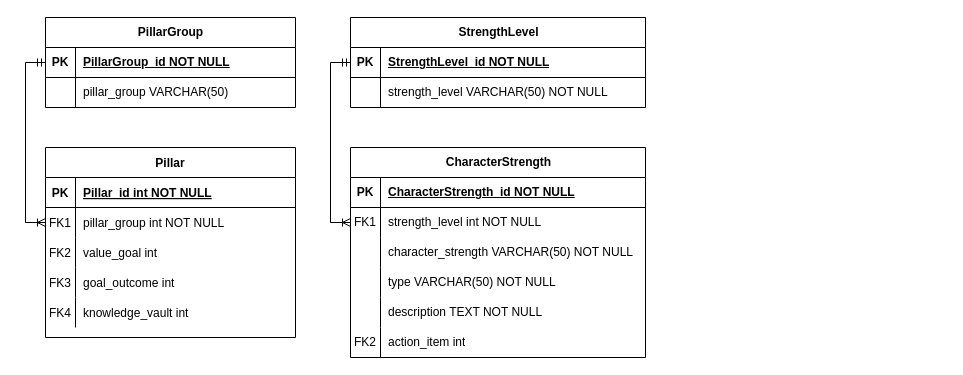
Before: Diagrama_ER.drawio in Jpneira2000/life_os, a draw.io diagram. Source tidied: cells renumbered, new cells numbered last; positions are measured from the earlier drawing's top-left corner, leaving out a move shared by most shapes. Both pictures are drawn from the tidied source at 100%, with x=0, y=0 at pixel (45, 17).
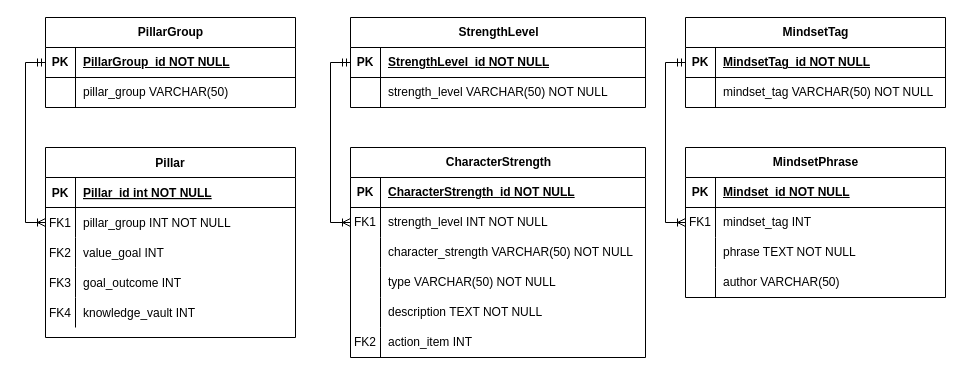
Above is the later version.

Commit message:
Mindset en diagrama ER

The change refers to these unchanged cells:
```xml
<mxCell id="6" style="shape=partialRectangle;fillColor=none;points=[[0,0.5],[1,0.5]];portConstraint=eastwest;top=0;left=0;right=0;bottom=0;" parent="2" vertex="1">
  <mxGeometry y="60" width="250" height="30" as="geometry" />
</mxCell>
<mxCell id="9" style="shape=partialRectangle;fillColor=none;top=0;left=0;right=0;bottom=0;" parent="2" vertex="1">
  <mxGeometry y="90" width="250" height="30" as="geometry" />
</mxCell>
<mxCell id="12" style="shape=partialRectangle;fillColor=none;top=0;left=0;right=0;bottom=0;" parent="2" vertex="1">
  <mxGeometry y="120" width="250" height="30" as="geometry" />
</mxCell>
<mxCell id="15" style="shape=partialRectangle;fillColor=none;top=0;left=0;right=0;bottom=0;" parent="2" vertex="1">
  <mxGeometry y="150" width="250" height="30" as="geometry" />
</mxCell>
<mxCell id="30" style="shape=tableRow;horizontal=0;startSize=0;swimlaneHead=0;swimlaneBody=0;fillColor=none;points=[[0,0.5],[1,0.5]];portConstraint=eastwest;top=0;left=0;right=0;bottom=0;" parent="26" vertex="1">
  <mxGeometry y="60" width="295" height="30" as="geometry" />
</mxCell>
<mxCell id="42" style="shape=tableRow;horizontal=0;startSize=0;swimlaneHead=0;swimlaneBody=0;fillColor=none;top=0;left=0;right=0;bottom=0;" parent="26" vertex="1">
  <mxGeometry y="180" width="295" height="30" as="geometry" />
</mxCell>
```

What changed in the source:
```diff
@@
-    <mxCell id="8" value="pillar_group int NOT NULL" style="shape=partialRectangle;overflow=hidden;fillColor=none;top=0;left=0;bottom=0;right=0;align=left;spacingLeft=6;" parent="6" vertex="1">
+    <mxCell id="8" value="pillar_group INT NOT NULL" style="shape=partialRectangle;overflow=hidden;fillColor=none;top=0;left=0;bottom=0;right=0;align=left;spacingLeft=6;" parent="6" vertex="1">
       <mxGeometry x="30" width="220" height="30" as="geometry" />
     </mxCell>
@@
-    <mxCell id="11" value="value_goal int" style="shape=partialRectangle;overflow=hidden;fillColor=none;top=0;left=0;bottom=0;right=0;align=left;spacingLeft=6;" parent="9" vertex="1">
+    <mxCell id="11" value="value_goal INT" style="shape=partialRectangle;overflow=hidden;fillColor=none;top=0;left=0;bottom=0;right=0;align=left;spacingLeft=6;" parent="9" vertex="1">
       <mxGeometry x="30" width="220" height="30" as="geometry" />
     </mxCell>
@@
-    <mxCell id="14" value="goal_outcome int" style="shape=partialRectangle;overflow=hidden;fillColor=none;top=0;left=0;bottom=0;right=0;align=left;spacingLeft=6;" parent="12" vertex="1">
+    <mxCell id="14" value="goal_outcome INT" style="shape=partialRectangle;overflow=hidden;fillColor=none;top=0;left=0;bottom=0;right=0;align=left;spacingLeft=6;" parent="12" vertex="1">
       <mxGeometry x="30" width="220" height="30" as="geometry" />
     </mxCell>
@@
-    <mxCell id="17" value="knowledge_vault int" style="shape=partialRectangle;overflow=hidden;fillColor=none;top=0;left=0;bottom=0;right=0;align=left;spacingLeft=6;" parent="15" vertex="1">
+    <mxCell id="17" value="knowledge_vault INT" style="shape=partialRectangle;overflow=hidden;fillColor=none;top=0;left=0;bottom=0;right=0;align=left;spacingLeft=6;" parent="15" vertex="1">
       <mxGeometry x="30" width="220" height="30" as="geometry" />
     </mxCell>
@@
-    <mxCell id="32" value="strength_level int NOT NULL" style="shape=partialRectangle;fillColor=none;top=0;left=0;bottom=0;right=0;align=left;spacingLeft=6;overflow=hidden;whiteSpace=wrap;html=1;" parent="30" vertex="1">
+    <mxCell id="32" value="strength_level INT NOT NULL" style="shape=partialRectangle;fillColor=none;top=0;left=0;bottom=0;right=0;align=left;spacingLeft=6;overflow=hidden;whiteSpace=wrap;html=1;" parent="30" vertex="1">
       <mxGeometry x="30" width="265" height="30" as="geometry" />
     </mxCell>
@@
-    <mxCell id="44" value="action_item int" style="shape=partialRectangle;fillColor=none;top=0;left=0;bottom=0;right=0;align=left;spacingLeft=6;overflow=hidden;whiteSpace=wrap;html=1;" parent="42" vertex="1">
+    <mxCell id="44" value="action_item INT" style="shape=partialRectangle;fillColor=none;top=0;left=0;bottom=0;right=0;align=left;spacingLeft=6;overflow=hidden;whiteSpace=wrap;html=1;" parent="42" vertex="1">
       <mxGeometry x="30" width="265" height="30" as="geometry" />
     </mxCell>
@@
+    <mxCell id="53" value="MindsetPhrase" style="shape=table;startSize=30;childLayout=tableLayout;rowLines=0;fontStyle=1;align=center;html=1;" parent="1" vertex="1">
+      <mxGeometry x="640" y="130" width="260" height="150" as="geometry" />
+    </mxCell>
+    <mxCell id="54" style="shape=tableRow;horizontal=0;startSize=0;swimlaneHead=0;swimlaneBody=0;fillColor=none;top=0;left=0;right=0;bottom=1;" parent="53" vertex="1">
+      <mxGeometry y="30" width="260" height="30" as="geometry" />
+    </mxCell>
+    <mxCell id="55" value="PK" style="shape=partialRectangle;fillColor=none;top=0;left=0;bottom=0;right=0;fontStyle=1;overflow=hidden;whiteSpace=wrap;html=1;" parent="54" vertex="1">
+      <mxGeometry width="30" height="30" as="geometry" />
+    </mxCell>
+    <mxCell id="56" value="Mindset_id NOT NULL" style="shape=partialRectangle;fillColor=none;top=0;left=0;bottom=0;right=0;align=left;spacingLeft=6;fontStyle=5;overflow=hidden;whiteSpace=wrap;html=1;" parent="54" vertex="1">
+      <mxGeometry x="30" width="230" height="30" as="geometry" />
+    </mxCell>
+    <mxCell id="57" style="shape=tableRow;horizontal=0;startSize=0;swimlaneHead=0;swimlaneBody=0;fillColor=none;points=[[0,0.5],[1,0.5]];portConstraint=eastwest;top=0;left=0;right=0;bottom=0;" parent="53" vertex="1">
+      <mxGeometry y="60" width="260" height="30" as="geometry" />
+    </mxCell>
+    <mxCell id="58" value="FK1" style="shape=partialRectangle;fillColor=none;top=0;left=0;bottom=0;right=0;overflow=hidden;whiteSpace=wrap;html=1;" parent="57" vertex="1">
+      <mxGeometry width="30" height="30" as="geometry" />
+    </mxCell>
+    <mxCell id="59" value="mindset_tag INT" style="shape=partialRectangle;fillColor=none;top=0;left=0;bottom=0;right=0;align=left;spacingLeft=6;overflow=hidden;whiteSpace=wrap;html=1;" parent="57" vertex="1">
+      <mxGeometry x="30" width="230" height="30" as="geometry" />
+    </mxCell>
+    <mxCell id="60" style="shape=tableRow;horizontal=0;startSize=0;swimlaneHead=0;swimlaneBody=0;fillColor=none;top=0;left=0;right=0;bottom=0;" parent="53" vertex="1">
+      <mxGeometry y="90" width="260" height="30" as="geometry" />
+    </mxCell>
+    <mxCell id="61" style="shape=partialRectangle;fillColor=none;top=0;left=0;bottom=0;right=0;overflow=hidden;whiteSpace=wrap;html=1;" parent="60" vertex="1">
+      <mxGeometry width="30" height="30" as="geometry" />
+    </mxCell>
+    <mxCell id="62" value="phrase TEXT NOT NULL" style="shape=partialRectangle;fillColor=none;top=0;left=0;bottom=0;right=0;align=left;spacingLeft=6;overflow=hidden;whiteSpace=wrap;html=1;" parent="60" vertex="1">
+      <mxGeometry x="30" width="230" height="30" as="geometry" />
+    </mxCell>
+    <mxCell id="63" style="shape=tableRow;horizontal=0;startSize=0;swimlaneHead=0;swimlaneBody=0;fillColor=none;top=0;left=0;right=0;bottom=0;" parent="53" vertex="1">
+      <mxGeometry y="120" width="260" height="30" as="geometry" />
+    </mxCell>
+    <mxCell id="64" style="shape=partialRectangle;fillColor=none;top=0;left=0;bottom=0;right=0;overflow=hidden;whiteSpace=wrap;html=1;" parent="63" vertex="1">
+      <mxGeometry width="30" height="30" as="geometry" />
+    </mxCell>
+    <mxCell id="65" value="author VARCHAR(50)" style="shape=partialRectangle;fillColor=none;top=0;left=0;bottom=0;right=0;align=left;spacingLeft=6;overflow=hidden;whiteSpace=wrap;html=1;" parent="63" vertex="1">
+      <mxGeometry x="30" width="230" height="30" as="geometry" />
+    </mxCell>
+    <mxCell id="66" value="MindsetTag" style="shape=table;startSize=30;childLayout=tableLayout;rowLines=0;fontStyle=1;align=center;html=1;" parent="1" vertex="1">
+      <mxGeometry x="640" width="260" height="90" as="geometry" />
+    </mxCell>
+    <mxCell id="67" style="shape=tableRow;horizontal=0;startSize=0;swimlaneHead=0;swimlaneBody=0;fillColor=none;points=[[0,0.5],[1,0.5]];portConstraint=eastwest;top=0;left=0;right=0;bottom=1;" parent="66" vertex="1">
+      <mxGeometry y="30" width="260" height="30" as="geometry" />
+    </mxCell>
+    <mxCell id="68" value="PK" style="shape=partialRectangle;fillColor=none;top=0;left=0;bottom=0;right=0;fontStyle=1;overflow=hidden;whiteSpace=wrap;html=1;" parent="67" vertex="1">
+      <mxGeometry width="30" height="30" as="geometry" />
+    </mxCell>
+    <mxCell id="69" value="MindsetTag_id NOT NULL" style="shape=partialRectangle;fillColor=none;top=0;left=0;bottom=0;right=0;align=left;spacingLeft=6;fontStyle=5;overflow=hidden;whiteSpace=wrap;html=1;" parent="67" vertex="1">
+      <mxGeometry x="30" width="230" height="30" as="geometry" />
+    </mxCell>
+    <mxCell id="70" style="shape=tableRow;horizontal=0;startSize=0;swimlaneHead=0;swimlaneBody=0;fillColor=none;top=0;left=0;right=0;bottom=0;" parent="66" vertex="1">
+      <mxGeometry y="60" width="260" height="30" as="geometry" />
+    </mxCell>
+    <mxCell id="71" style="shape=partialRectangle;fillColor=none;top=0;left=0;bottom=0;right=0;overflow=hidden;whiteSpace=wrap;html=1;" parent="70" vertex="1">
+      <mxGeometry width="30" height="30" as="geometry" />
+    </mxCell>
+    <mxCell id="72" value="mindset_tag VARCHAR(50) NOT NULL" style="shape=partialRectangle;fillColor=none;top=0;left=0;bottom=0;right=0;align=left;spacingLeft=6;overflow=hidden;whiteSpace=wrap;html=1;" parent="70" vertex="1">
+      <mxGeometry x="30" width="230" height="30" as="geometry" />
+    </mxCell>
+    <mxCell id="73" style="edgeStyle=orthogonalEdgeStyle;rounded=0;jettySize=auto;html=1;exitX=0;exitY=0.5;exitDx=0;exitDy=0;entryX=0;entryY=0.5;entryDx=0;entryDy=0;startArrow=ERmandOne;startFill=0;endArrow=ERoneToMany;endFill=0;" parent="1" edge="1" source="67" target="57">
+      <mxGeometry relative="1" as="geometry" />
+    </mxCell>
```
